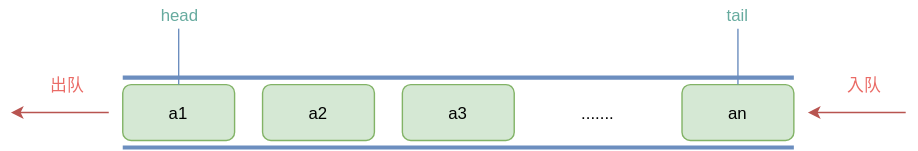
Above: images/structure/queue-01.svg in overnote/over-algorithm (draw.io), before the change. Source tidied: cells renumbered, new cells last; positions are measured from the earlier drawing's top-left corner, leaving out a move shared by most shapes. Its diagram source:
```xml
<mxGraphModel>
  <root>
    <mxCell id="0" />
    <mxCell id="1" parent="0" />
    <mxCell id="2" style="endArrow=none;html=1;strokeWidth=3;fillColor=#dae8fc;strokeColor=#6c8ebf;" parent="1" edge="1">
      <mxGeometry relative="1" as="geometry">
        <mxPoint x="80" y="55" as="sourcePoint" />
        <mxPoint x="560" y="55" as="targetPoint" />
      </mxGeometry>
    </mxCell>
    <mxCell id="3" value="a1" style="rounded=1;whiteSpace=wrap;html=1;fillColor=#d5e8d4;strokeColor=#82b366;" parent="1" vertex="1">
      <mxGeometry x="80" y="60" width="80" height="40" as="geometry" />
    </mxCell>
    <mxCell id="4" value="a2" style="rounded=1;whiteSpace=wrap;html=1;fillColor=#d5e8d4;strokeColor=#82b366;" parent="1" vertex="1">
      <mxGeometry x="180" y="60" width="80" height="40" as="geometry" />
    </mxCell>
    <mxCell id="5" value="a3" style="rounded=1;whiteSpace=wrap;html=1;fillColor=#d5e8d4;strokeColor=#82b366;" parent="1" vertex="1">
      <mxGeometry x="280" y="60" width="80" height="40" as="geometry" />
    </mxCell>
    <mxCell id="6" value="......." style="text;html=1;strokeColor=none;fillColor=none;align=center;verticalAlign=middle;whiteSpace=wrap;rounded=0;" parent="1" vertex="1">
      <mxGeometry x="400" y="70" width="40" height="20" as="geometry" />
    </mxCell>
    <mxCell id="7" value="an" style="rounded=1;whiteSpace=wrap;html=1;fillColor=#d5e8d4;strokeColor=#82b366;" parent="1" vertex="1">
      <mxGeometry x="480" y="60" width="80" height="40" as="geometry" />
    </mxCell>
    <mxCell id="8" style="endArrow=none;html=1;strokeWidth=3;exitX=0;exitY=1;exitDx=0;exitDy=0;entryX=1;entryY=1;entryDx=0;entryDy=0;fillColor=#dae8fc;strokeColor=#6c8ebf;" parent="1" edge="1">
      <mxGeometry relative="1" as="geometry">
        <mxPoint x="80" y="105" as="sourcePoint" />
        <mxPoint x="560" y="105" as="targetPoint" />
      </mxGeometry>
    </mxCell>
    <mxCell id="9" style="endArrow=classic;html=1;strokeWidth=1;fillColor=#f8cecc;strokeColor=#b85450;" parent="1" edge="1">
      <mxGeometry relative="1" as="geometry">
        <mxPoint x="640" y="80" as="sourcePoint" />
        <mxPoint x="570" y="80" as="targetPoint" />
      </mxGeometry>
    </mxCell>
    <mxCell id="10" style="endArrow=classic;html=1;strokeWidth=1;fillColor=#f8cecc;strokeColor=#b85450;" parent="1" edge="1">
      <mxGeometry relative="1" as="geometry">
        <mxPoint x="70" y="80" as="sourcePoint" />
        <mxPoint y="80" as="targetPoint" />
      </mxGeometry>
    </mxCell>
    <mxCell id="11" value="head" style="text;html=1;align=center;verticalAlign=middle;whiteSpace=wrap;rounded=0;fontColor=#67AB9F;" parent="1" vertex="1">
      <mxGeometry x="100" width="40" height="20" as="geometry" />
    </mxCell>
    <mxCell id="12" style="endArrow=none;html=1;strokeWidth=1;entryX=0.5;entryY=1;entryDx=0;entryDy=0;exitX=0.5;exitY=0;exitDx=0;exitDy=0;fillColor=#dae8fc;strokeColor=#6c8ebf;" parent="1" edge="1" source="3" target="11">
      <mxGeometry relative="1" as="geometry" />
    </mxCell>
    <mxCell id="13" value="tail" style="text;html=1;align=center;verticalAlign=middle;whiteSpace=wrap;rounded=0;fontColor=#67AB9F;" parent="1" vertex="1">
      <mxGeometry x="500" width="40" height="20" as="geometry" />
    </mxCell>
    <mxCell id="14" style="endArrow=none;html=1;strokeWidth=1;exitX=0.5;exitY=0;exitDx=0;exitDy=0;entryX=0.5;entryY=1;entryDx=0;entryDy=0;fillColor=#dae8fc;strokeColor=#6c8ebf;" parent="1" edge="1" source="7" target="13">
      <mxGeometry relative="1" as="geometry" />
    </mxCell>
    <mxCell id="15" value="入队" style="text;html=1;align=center;verticalAlign=middle;whiteSpace=wrap;rounded=0;fontColor=#EA6B66;" parent="1" vertex="1">
      <mxGeometry x="590" y="50" width="40" height="20" as="geometry" />
    </mxCell>
    <mxCell id="16" value="出队" style="text;html=1;align=center;verticalAlign=middle;whiteSpace=wrap;rounded=0;fontColor=#EA6B66;" parent="1" vertex="1">
      <mxGeometry x="20" y="50" width="40" height="20" as="geometry" />
    </mxCell>
  </root>
</mxGraphModel>
```
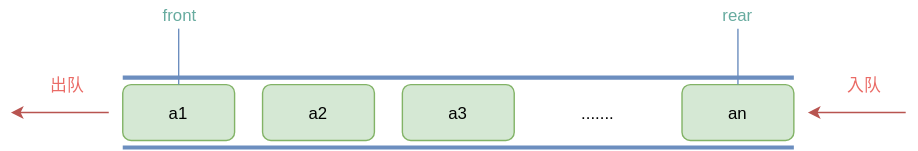
After the change.

The edit, as a diff of the source:
```diff
@@ -41,13 +41,13 @@
         <mxPoint y="80" as="targetPoint" />
       </mxGeometry>
     </mxCell>
-    <mxCell id="11" value="head" style="text;html=1;align=center;verticalAlign=middle;whiteSpace=wrap;rounded=0;fontColor=#67AB9F;" parent="1" vertex="1">
+    <mxCell id="11" value="front" style="text;html=1;align=center;verticalAlign=middle;whiteSpace=wrap;rounded=0;fontColor=#67AB9F;" parent="1" vertex="1">
       <mxGeometry x="100" width="40" height="20" as="geometry" />
     </mxCell>
     <mxCell id="12" style="endArrow=none;html=1;strokeWidth=1;entryX=0.5;entryY=1;entryDx=0;entryDy=0;exitX=0.5;exitY=0;exitDx=0;exitDy=0;fillColor=#dae8fc;strokeColor=#6c8ebf;" parent="1" edge="1" source="3" target="11">
       <mxGeometry relative="1" as="geometry" />
     </mxCell>
-    <mxCell id="13" value="tail" style="text;html=1;align=center;verticalAlign=middle;whiteSpace=wrap;rounded=0;fontColor=#67AB9F;" parent="1" vertex="1">
+    <mxCell id="13" value="rear" style="text;html=1;align=center;verticalAlign=middle;whiteSpace=wrap;rounded=0;fontColor=#67AB9F;" parent="1" vertex="1">
       <mxGeometry x="500" width="40" height="20" as="geometry" />
     </mxCell>
     <mxCell id="14" style="endArrow=none;html=1;strokeWidth=1;exitX=0.5;exitY=0;exitDx=0;exitDy=0;entryX=0.5;entryY=1;entryDx=0;entryDy=0;fillColor=#dae8fc;strokeColor=#6c8ebf;" parent="1" edge="1" source="7" target="13">
```
